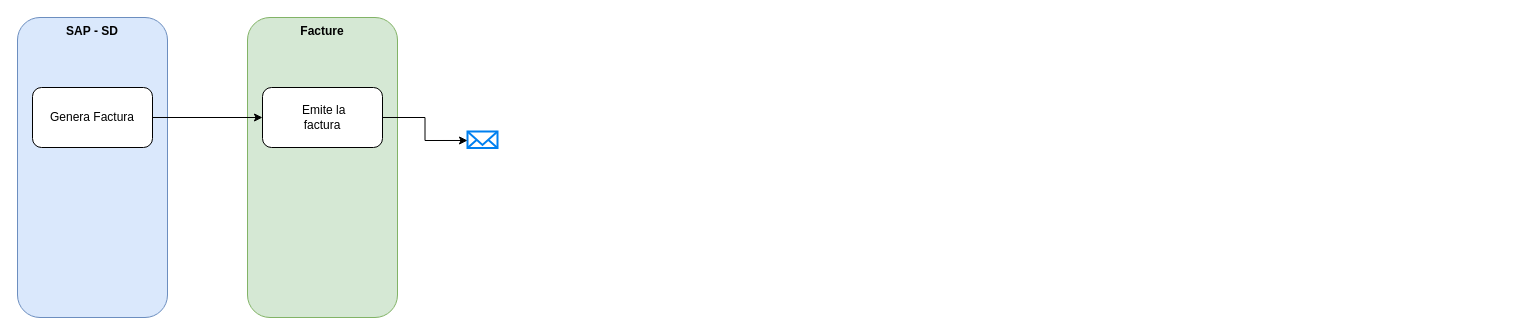
carlosvalderrama1204/diagrams keeps this draw.io diagram as page "PC" (1 of 2) of LinkPago Administrativo.drawio. Above is the earlier version. Source tidied: cells renumbered, new cells numbered last; positions are measured from the earlier drawing's top-left corner, leaving out a move shared by most shapes. Both pictures are drawn from the tidied source at 100%, with x=0, y=0 at pixel (17, 17).
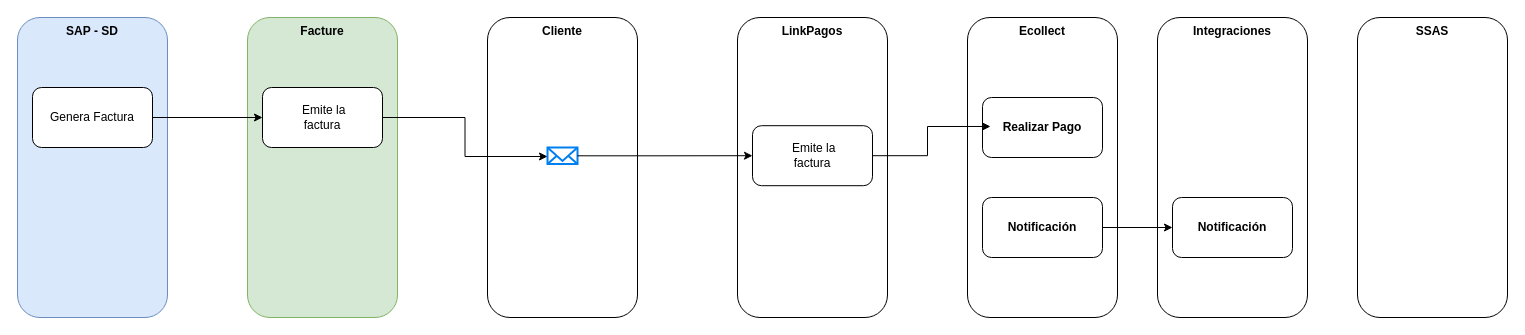
Above is the later version.

What changed in the source:
```diff
@@
+    <mxCell id="9" value="Integraciones" style="rounded=1;whiteSpace=wrap;html=1;verticalAlign=top;fontStyle=1;" parent="1" vertex="1">
+      <mxGeometry x="1140" width="150" height="300" as="geometry" />
+    </mxCell>
+    <mxCell id="10" value="Cliente" style="rounded=1;whiteSpace=wrap;html=1;verticalAlign=top;fontStyle=1;" parent="1" vertex="1">
+      <mxGeometry x="470" width="150" height="300" as="geometry" />
+    </mxCell>
@@
     <mxCell id="4" style="html=1;verticalLabelPosition=bottom;align=center;labelBackgroundColor=#ffffff;verticalAlign=top;strokeWidth=2;strokeColor=#0080F0;shadow=0;dashed=0;shape=mxgraph.ios7.icons.mail;" parent="1" vertex="1">
-      <mxGeometry x="450" y="114" width="30" height="16.5" as="geometry" />
+      <mxGeometry x="530" y="130" width="30" height="16.5" as="geometry" />
     </mxCell>
@@
+    <mxCell id="11" value="LinkPagos" style="rounded=1;whiteSpace=wrap;html=1;verticalAlign=top;fontStyle=1;" parent="1" vertex="1">
+      <mxGeometry x="720" width="150" height="300" as="geometry" />
+    </mxCell>
+    <mxCell id="12" style="edgeStyle=orthogonalEdgeStyle;rounded=0;jettySize=auto;html=1;entryX=0;entryY=0.5;entryDx=0;entryDy=0;" parent="1" edge="1" source="4" target="13">
+      <mxGeometry relative="1" as="geometry" />
+    </mxCell>
+    <mxCell id="13" value="&lt;span style=&quot;font-weight:bold&quot;&gt;&amp;nbsp;&lt;/span&gt;Emite la&lt;br/&gt;factura" style="rounded=1;whiteSpace=wrap;html=1;" parent="1" vertex="1">
+      <mxGeometry x="735" y="108.2" width="120" height="60" as="geometry" />
+    </mxCell>
+    <mxCell id="14" value="Ecollect" style="rounded=1;whiteSpace=wrap;html=1;verticalAlign=top;fontStyle=1;" parent="1" vertex="1">
+      <mxGeometry x="950" width="150" height="300" as="geometry" />
+    </mxCell>
+    <mxCell id="15" value="&lt;b&gt;Realizar Pago&lt;/b&gt;" style="rounded=1;whiteSpace=wrap;html=1;" parent="1" vertex="1">
+      <mxGeometry x="965" y="80" width="120" height="60" as="geometry" />
+    </mxCell>
+    <mxCell id="16" style="edgeStyle=orthogonalEdgeStyle;rounded=0;jettySize=auto;html=1;entryX=0.067;entryY=0.483;entryDx=0;entryDy=0;entryPerimeter=0;" parent="1" edge="1" source="13" target="15">
+      <mxGeometry relative="1" as="geometry" />
+    </mxCell>
+    <mxCell id="17" style="edgeStyle=orthogonalEdgeStyle;rounded=0;jettySize=auto;html=1;entryX=0;entryY=0.5;entryDx=0;entryDy=0;" parent="1" edge="1" source="18" target="19">
+      <mxGeometry relative="1" as="geometry" />
+    </mxCell>
+    <mxCell id="18" value="&lt;b&gt;Notificación&lt;/b&gt;" style="rounded=1;whiteSpace=wrap;html=1;" parent="1" vertex="1">
+      <mxGeometry x="965" y="180" width="120" height="60" as="geometry" />
+    </mxCell>
+    <mxCell id="19" value="&lt;b&gt;Notificación&lt;/b&gt;" style="rounded=1;whiteSpace=wrap;html=1;" parent="1" vertex="1">
+      <mxGeometry x="1155" y="180" width="120" height="60" as="geometry" />
+    </mxCell>
+    <mxCell id="20" value="SSAS" style="rounded=1;whiteSpace=wrap;html=1;verticalAlign=top;fontStyle=1;" parent="1" vertex="1">
+      <mxGeometry x="1340" width="150" height="300" as="geometry" />
+    </mxCell>
```
